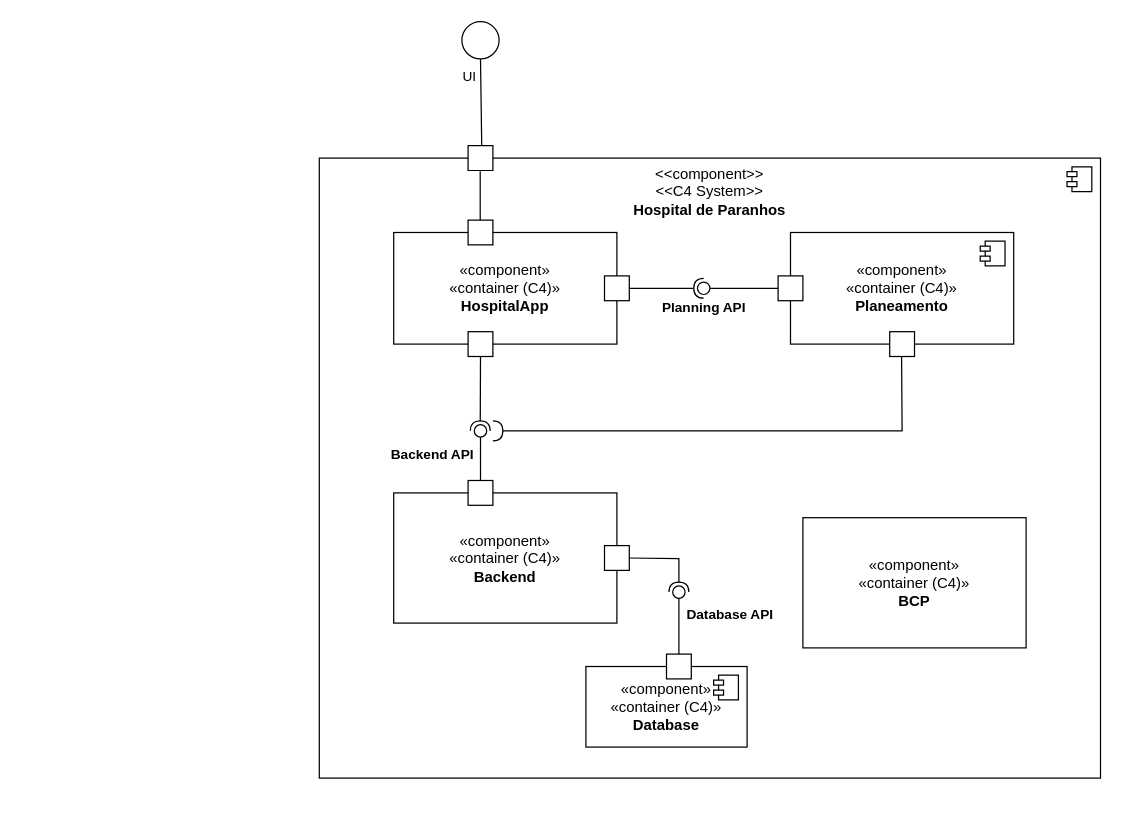
This is docs/geral/views/level-2/implementation/vista_implementacao.drawio from andredsferreira/p5sem-3dj-g59, a draw.io file, before an edit. Source tidied: cells renumbered, new cells numbered last; positions are measured from the earlier drawing's top-left corner, leaving out a move shared by most shapes. Both pictures are drawn from the tidied source at 124%, with x=0, y=0 at pixel (319, 21).
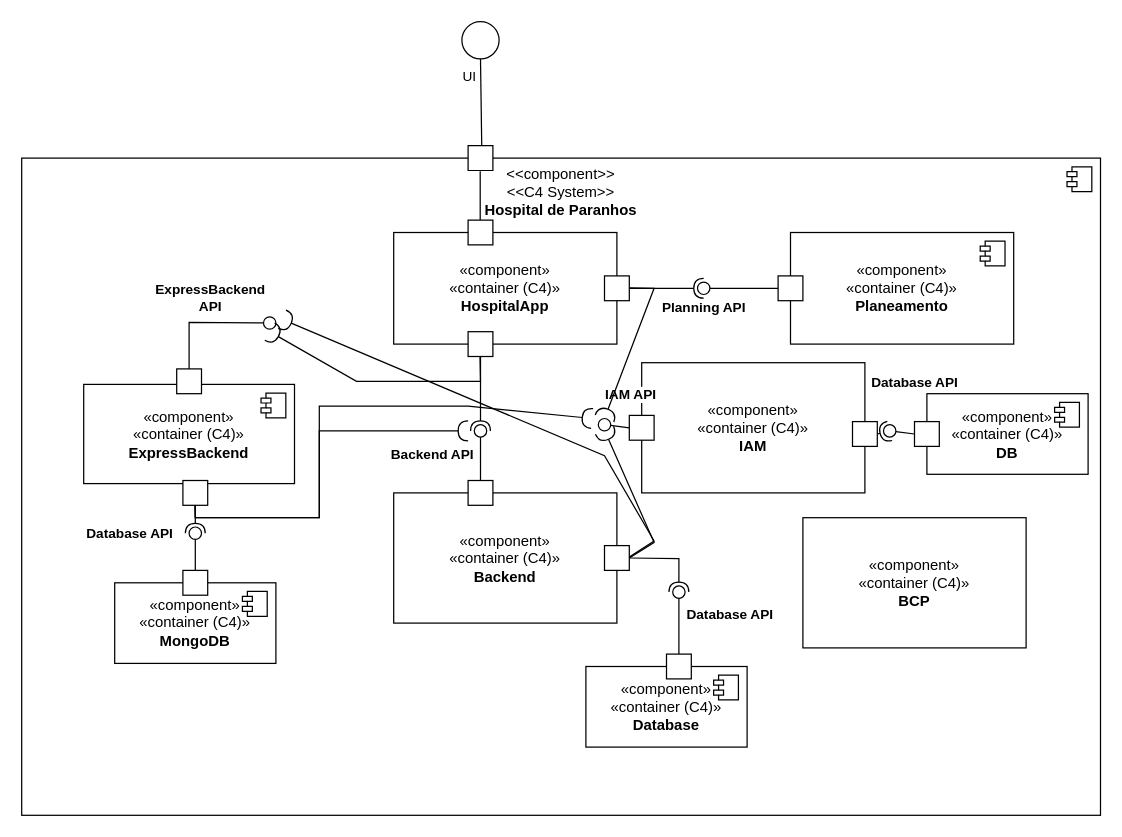
The same diagram, later.

Unchanged cells that the change refers to:
```xml
<mxCell id="21" style="rounded=0;whiteSpace=wrap;html=1;" parent="1" vertex="1">
  <mxGeometry x="120" y="250" width="20" height="20" as="geometry" />
</mxCell>
<mxCell id="31" style="rounded=0;whiteSpace=wrap;html=1;" parent="1" vertex="1">
  <mxGeometry x="230" y="422.5" width="20" height="20" as="geometry" />
</mxCell>
```

Diff of the diagram source:
```diff
@@
-    <mxCell id="2" value="&amp;lt;&amp;lt;component&amp;gt;&amp;gt;&lt;div&gt;&amp;lt;&amp;lt;C4 System&amp;gt;&amp;gt;&lt;br&gt;&lt;b&gt;Hospital de Paranhos&lt;/b&gt;&lt;/div&gt;&lt;div&gt;&lt;b&gt;&lt;br&gt;&lt;/b&gt;&lt;/div&gt;&lt;div&gt;&lt;b&gt;&lt;br&gt;&lt;/b&gt;&lt;/div&gt;&lt;div&gt;&lt;b&gt;&lt;br&gt;&lt;/b&gt;&lt;/div&gt;&lt;div&gt;&lt;b&gt;&lt;br&gt;&lt;/b&gt;&lt;/div&gt;&lt;div&gt;&lt;b&gt;&lt;br&gt;&lt;/b&gt;&lt;/div&gt;&lt;div&gt;&lt;b&gt;&lt;br&gt;&lt;/b&gt;&lt;/div&gt;&lt;div&gt;&lt;b&gt;&lt;br&gt;&lt;/b&gt;&lt;/div&gt;&lt;div&gt;&lt;b&gt;&lt;br&gt;&lt;/b&gt;&lt;/div&gt;&lt;div&gt;&lt;b&gt;&lt;br&gt;&lt;/b&gt;&lt;/div&gt;&lt;div&gt;&lt;b&gt;&lt;br&gt;&lt;/b&gt;&lt;/div&gt;&lt;div&gt;&lt;b&gt;&lt;br&gt;&lt;/b&gt;&lt;/div&gt;&lt;div&gt;&lt;b&gt;&lt;br&gt;&lt;/b&gt;&lt;/div&gt;&lt;div&gt;&lt;b&gt;&lt;br&gt;&lt;/b&gt;&lt;/div&gt;&lt;div&gt;&lt;b&gt;&lt;br&gt;&lt;/b&gt;&lt;/div&gt;&lt;div&gt;&lt;b&gt;&lt;br&gt;&lt;/b&gt;&lt;/div&gt;&lt;div&gt;&lt;b&gt;&lt;br&gt;&lt;/b&gt;&lt;/div&gt;&lt;div&gt;&lt;b&gt;&lt;br&gt;&lt;/b&gt;&lt;/div&gt;&lt;div&gt;&lt;b&gt;&lt;br&gt;&lt;/b&gt;&lt;/div&gt;&lt;div&gt;&lt;b&gt;&lt;br&gt;&lt;/b&gt;&lt;/div&gt;&lt;div&gt;&lt;b&gt;&lt;br&gt;&lt;/b&gt;&lt;/div&gt;&lt;div&gt;&lt;b&gt;&lt;br&gt;&lt;/b&gt;&lt;/div&gt;&lt;div&gt;&lt;b&gt;&lt;br&gt;&lt;/b&gt;&lt;/div&gt;&lt;div&gt;&lt;b&gt;&lt;br&gt;&lt;/b&gt;&lt;/div&gt;&lt;div&gt;&lt;b&gt;&lt;br&gt;&lt;/b&gt;&lt;/div&gt;&lt;div&gt;&lt;b&gt;&lt;br&gt;&lt;/b&gt;&lt;/div&gt;&lt;div&gt;&lt;b&gt;&lt;br&gt;&lt;/b&gt;&lt;/div&gt;&lt;div&gt;&lt;b&gt;&lt;br&gt;&lt;/b&gt;&lt;/div&gt;&lt;div&gt;&lt;b&gt;&lt;br&gt;&lt;/b&gt;&lt;/div&gt;&lt;div&gt;&lt;b&gt;&lt;br&gt;&lt;/b&gt;&lt;/div&gt;&lt;div&gt;&lt;b&gt;&lt;br&gt;&lt;/b&gt;&lt;/div&gt;&lt;div&gt;&lt;br&gt;&lt;/div&gt;" style="html=1;whiteSpace=wrap;" parent="1" vertex="1">
-      <mxGeometry y="110" width="630" height="500" as="geometry" />
+    <mxCell id="2" value="&amp;lt;&amp;lt;component&amp;gt;&amp;gt;&lt;div&gt;&amp;lt;&amp;lt;C4 System&amp;gt;&amp;gt;&lt;br&gt;&lt;b&gt;Hospital de Paranhos&lt;/b&gt;&lt;/div&gt;&lt;div&gt;&lt;b&gt;&lt;br&gt;&lt;/b&gt;&lt;/div&gt;&lt;div&gt;&lt;b&gt;&lt;br&gt;&lt;/b&gt;&lt;/div&gt;&lt;div&gt;&lt;b&gt;&lt;br&gt;&lt;/b&gt;&lt;/div&gt;&lt;div&gt;&lt;b&gt;&lt;br&gt;&lt;/b&gt;&lt;/div&gt;&lt;div&gt;&lt;b&gt;&lt;br&gt;&lt;/b&gt;&lt;/div&gt;&lt;div&gt;&lt;b&gt;&lt;br&gt;&lt;/b&gt;&lt;/div&gt;&lt;div&gt;&lt;b&gt;&lt;br&gt;&lt;/b&gt;&lt;/div&gt;&lt;div&gt;&lt;b&gt;&lt;br&gt;&lt;/b&gt;&lt;/div&gt;&lt;div&gt;&lt;b&gt;&lt;br&gt;&lt;/b&gt;&lt;/div&gt;&lt;div&gt;&lt;b&gt;&lt;br&gt;&lt;/b&gt;&lt;/div&gt;&lt;div&gt;&lt;b&gt;&lt;br&gt;&lt;/b&gt;&lt;/div&gt;&lt;div&gt;&lt;b&gt;&lt;br&gt;&lt;/b&gt;&lt;/div&gt;&lt;div&gt;&lt;b&gt;&lt;br&gt;&lt;/b&gt;&lt;/div&gt;&lt;div&gt;&lt;b&gt;&lt;br&gt;&lt;/b&gt;&lt;/div&gt;&lt;div&gt;&lt;b&gt;&lt;br&gt;&lt;/b&gt;&lt;/div&gt;&lt;div&gt;&lt;b&gt;&lt;br&gt;&lt;/b&gt;&lt;/div&gt;&lt;div&gt;&lt;b&gt;&lt;br&gt;&lt;/b&gt;&lt;/div&gt;&lt;div&gt;&lt;b&gt;&lt;br&gt;&lt;/b&gt;&lt;/div&gt;&lt;div&gt;&lt;b&gt;&lt;br&gt;&lt;/b&gt;&lt;/div&gt;&lt;div&gt;&lt;b&gt;&lt;br&gt;&lt;/b&gt;&lt;/div&gt;&lt;div&gt;&lt;b&gt;&lt;br&gt;&lt;/b&gt;&lt;/div&gt;&lt;div&gt;&lt;b&gt;&lt;br&gt;&lt;/b&gt;&lt;/div&gt;&lt;div&gt;&lt;b&gt;&lt;br&gt;&lt;/b&gt;&lt;/div&gt;&lt;div&gt;&lt;b&gt;&lt;br&gt;&lt;/b&gt;&lt;/div&gt;&lt;div&gt;&lt;b&gt;&lt;br&gt;&lt;/b&gt;&lt;/div&gt;&lt;div&gt;&lt;b&gt;&lt;br&gt;&lt;/b&gt;&lt;/div&gt;&lt;div&gt;&lt;b&gt;&lt;br&gt;&lt;/b&gt;&lt;/div&gt;&lt;div&gt;&lt;b&gt;&lt;br&gt;&lt;/b&gt;&lt;/div&gt;&lt;div&gt;&lt;b&gt;&lt;br&gt;&lt;/b&gt;&lt;/div&gt;&lt;div&gt;&lt;b&gt;&lt;br&gt;&lt;/b&gt;&lt;/div&gt;&lt;div&gt;&lt;br&gt;&lt;/div&gt;&lt;div&gt;&lt;br&gt;&lt;/div&gt;&lt;div&gt;&lt;br&gt;&lt;/div&gt;" style="html=1;whiteSpace=wrap;" parent="1" vertex="1">
+      <mxGeometry x="-240" y="110" width="870" height="530" as="geometry" />
     </mxCell>
@@
-    <mxCell id="16" style="rounded=0;jettySize=auto;html=1;endArrow=halfCircle;endFill=0;endSize=6;strokeWidth=1;sketch=0;exitX=0.5;exitY=1;exitDx=0;exitDy=0;entryX=0.206;entryY=0.44;entryDx=0;entryDy=0;entryPerimeter=0;" parent="1" edge="1" source="21" target="2">
-      <mxGeometry relative="1" as="geometry" />
+    <mxCell id="16" style="rounded=0;jettySize=auto;html=1;endArrow=halfCircle;endFill=0;endSize=6;strokeWidth=1;sketch=0;exitX=0.5;exitY=1;exitDx=0;exitDy=0;" parent="1" edge="1" source="21">
+      <mxGeometry relative="1" as="geometry">
+        <mxPoint x="130" y="330" as="targetPoint" />
+      </mxGeometry>
     </mxCell>
@@
-    <mxCell id="24" style="rounded=0;whiteSpace=wrap;html=1;" parent="1" vertex="1">
-      <mxGeometry x="460" y="250" width="20" height="20" as="geometry" />
-    </mxCell>
-    <mxCell id="25" style="rounded=0;orthogonalLoop=1;jettySize=auto;html=1;endArrow=halfCircle;endFill=0;endSize=6;strokeWidth=1;sketch=0;exitX=0.5;exitY=1;exitDx=0;exitDy=0;" parent="1" edge="1">
-      <mxGeometry relative="1" as="geometry">
-        <mxPoint x="469.6" y="270" as="sourcePoint" />
-        <mxPoint x="140" y="330" as="targetPoint" />
-        <Array as="points">
-          <mxPoint x="470" y="330" />
-        </Array>
-      </mxGeometry>
-    </mxCell>
@@
+    <mxCell id="36" value="«component»&lt;div&gt;«container (C4)»&lt;br&gt;&lt;b&gt;ExpressBackend&lt;/b&gt;&lt;/div&gt;" style="html=1;whiteSpace=wrap;" parent="1" vertex="1">
+      <mxGeometry x="-190" y="292.5" width="170" height="80" as="geometry" />
+    </mxCell>
+    <mxCell id="37" style="shape=module;jettyWidth=8;jettyHeight=4;" parent="36" vertex="1">
+      <mxGeometry x="1" width="20" height="20" relative="1" as="geometry">
+        <mxPoint x="-27" y="7" as="offset" />
+      </mxGeometry>
+    </mxCell>
+    <mxCell id="38" value="«component»&lt;div&gt;«container (C4)»&lt;br&gt;&lt;b&gt;MongoDB&lt;/b&gt;&lt;/div&gt;" style="html=1;whiteSpace=wrap;" parent="1" vertex="1">
+      <mxGeometry x="-165" y="452.5" width="130" height="65" as="geometry" />
+    </mxCell>
+    <mxCell id="39" style="shape=module;jettyWidth=8;jettyHeight=4;" parent="38" vertex="1">
+      <mxGeometry x="1" width="20" height="20" relative="1" as="geometry">
+        <mxPoint x="-27" y="7" as="offset" />
+      </mxGeometry>
+    </mxCell>
+    <mxCell id="40" style="rounded=0;whiteSpace=wrap;html=1;" parent="1" vertex="1">
+      <mxGeometry x="-110" y="442.5" width="20" height="20" as="geometry" />
+    </mxCell>
+    <mxCell id="41" style="rounded=0;orthogonalLoop=1;jettySize=auto;html=1;endArrow=halfCircle;endFill=0;endSize=6;strokeWidth=1;sketch=0;exitX=0.5;exitY=1;exitDx=0;exitDy=0;" parent="1" edge="1">
+      <mxGeometry relative="1" as="geometry">
+        <mxPoint x="-100" y="382.5" as="sourcePoint" />
+        <mxPoint x="-100" y="412.5" as="targetPoint" />
+      </mxGeometry>
+    </mxCell>
+    <mxCell id="42" style="rounded=0;jettySize=auto;html=1;endArrow=oval;endFill=0;sketch=0;sourcePerimeterSpacing=0;targetPerimeterSpacing=0;endSize=10;exitX=0.5;exitY=0;exitDx=0;exitDy=0;" parent="1" edge="1" source="40">
+      <mxGeometry relative="1" as="geometry">
+        <mxPoint x="-100" y="412.5" as="targetPoint" />
+      </mxGeometry>
+    </mxCell>
+    <mxCell id="43" value="&lt;b&gt;Database API&lt;/b&gt;" style="edgeLabel;html=1;align=center;verticalAlign=middle;" parent="42" vertex="1">
+      <mxGeometry x="0.75" relative="1" as="geometry">
+        <mxPoint x="-54" y="-4" as="offset" />
+      </mxGeometry>
+    </mxCell>
+    <mxCell id="44" style="rounded=0;orthogonalLoop=1;jettySize=auto;html=1;endArrow=oval;endFill=0;sketch=0;sourcePerimeterSpacing=0;targetPerimeterSpacing=0;endSize=10;exitX=0.5;exitY=0;exitDx=0;exitDy=0;" parent="1" edge="1">
+      <mxGeometry relative="1" as="geometry">
+        <mxPoint x="-105" y="282.5" as="sourcePoint" />
+        <mxPoint x="-40" y="243" as="targetPoint" />
+        <Array as="points">
+          <mxPoint x="-105" y="242.5" />
+        </Array>
+      </mxGeometry>
+    </mxCell>
+    <mxCell id="45" value="&lt;b&gt;ExpressBackend&lt;/b&gt;&lt;div&gt;&lt;b&gt;API&lt;/b&gt;&lt;/div&gt;" style="edgeLabel;html=1;align=center;verticalAlign=middle;" parent="44" vertex="1">
+      <mxGeometry x="0.75" relative="1" as="geometry">
+        <mxPoint x="-35" y="-20" as="offset" />
+      </mxGeometry>
+    </mxCell>
+    <mxCell id="46" style="rounded=0;whiteSpace=wrap;html=1;" parent="1" vertex="1">
+      <mxGeometry x="-110" y="370" width="20" height="20" as="geometry" />
+    </mxCell>
+    <mxCell id="47" style="rounded=0;whiteSpace=wrap;html=1;" parent="1" vertex="1">
+      <mxGeometry x="-115" y="280" width="20" height="20" as="geometry" />
+    </mxCell>
+    <mxCell id="48" style="rounded=0;orthogonalLoop=1;jettySize=auto;html=1;endArrow=halfCircle;endFill=0;endSize=6;strokeWidth=1;sketch=0;exitX=0.5;exitY=1;exitDx=0;exitDy=0;" parent="1" edge="1">
+      <mxGeometry relative="1" as="geometry">
+        <mxPoint x="129.6" y="270" as="sourcePoint" />
+        <mxPoint x="-40" y="250" as="targetPoint" />
+        <Array as="points">
+          <mxPoint x="130" y="290" />
+          <mxPoint x="30" y="290" />
+        </Array>
+      </mxGeometry>
+    </mxCell>
+    <mxCell id="49" style="rounded=0;orthogonalLoop=1;jettySize=auto;html=1;endArrow=halfCircle;endFill=0;endSize=6;strokeWidth=1;sketch=0;exitX=0.5;exitY=1;exitDx=0;exitDy=0;" parent="1" edge="1">
+      <mxGeometry relative="1" as="geometry">
+        <mxPoint x="-100.2" y="390" as="sourcePoint" />
+        <mxPoint x="120" y="330" as="targetPoint" />
+        <Array as="points">
+          <mxPoint x="-100" y="400" />
+          <mxPoint y="400" />
+          <mxPoint y="330" />
+        </Array>
+      </mxGeometry>
+    </mxCell>
+    <mxCell id="50" value="«component»&lt;br&gt;«container (C4)»&lt;div&gt;&lt;b&gt;IAM&lt;/b&gt;&lt;/div&gt;" style="rounded=0;whiteSpace=wrap;html=1;" parent="1" vertex="1">
+      <mxGeometry x="260" y="275" width="180" height="105" as="geometry" />
+    </mxCell>
+    <mxCell id="51" value="«component»&lt;div&gt;«container (C4)»&lt;br&gt;&lt;b&gt;DB&lt;/b&gt;&lt;/div&gt;" style="html=1;whiteSpace=wrap;" parent="1" vertex="1">
+      <mxGeometry x="490" y="300" width="130" height="65" as="geometry" />
+    </mxCell>
+    <mxCell id="52" style="shape=module;jettyWidth=8;jettyHeight=4;" parent="51" vertex="1">
+      <mxGeometry x="1" width="20" height="20" relative="1" as="geometry">
+        <mxPoint x="-27" y="7" as="offset" />
+      </mxGeometry>
+    </mxCell>
+    <mxCell id="53" style="rounded=0;whiteSpace=wrap;html=1;" parent="1" vertex="1">
+      <mxGeometry x="480" y="322.5" width="20" height="20" as="geometry" />
+    </mxCell>
+    <mxCell id="54" style="rounded=0;jettySize=auto;html=1;endArrow=halfCircle;endFill=0;endSize=6;strokeWidth=1;sketch=0;exitX=1;exitY=0.5;exitDx=0;exitDy=0;" parent="1" edge="1" source="57">
+      <mxGeometry relative="1" as="geometry">
+        <mxPoint x="460" y="330" as="targetPoint" />
+      </mxGeometry>
+    </mxCell>
+    <mxCell id="55" style="rounded=0;jettySize=auto;html=1;endArrow=oval;endFill=0;sketch=0;sourcePerimeterSpacing=0;targetPerimeterSpacing=0;endSize=10;exitX=0;exitY=0.5;exitDx=0;exitDy=0;" parent="1" edge="1" source="53">
+      <mxGeometry relative="1" as="geometry">
+        <mxPoint x="460" y="330" as="targetPoint" />
+      </mxGeometry>
+    </mxCell>
+    <mxCell id="56" value="&lt;b&gt;Database API&lt;/b&gt;" style="edgeLabel;html=1;align=center;verticalAlign=middle;" parent="55" vertex="1">
+      <mxGeometry x="0.75" relative="1" as="geometry">
+        <mxPoint x="17" y="-40" as="offset" />
+      </mxGeometry>
+    </mxCell>
+    <mxCell id="57" style="rounded=0;whiteSpace=wrap;html=1;" parent="1" vertex="1">
+      <mxGeometry x="430" y="322.5" width="20" height="20" as="geometry" />
+    </mxCell>
+    <mxCell id="58" style="rounded=0;whiteSpace=wrap;html=1;" parent="1" vertex="1">
+      <mxGeometry x="250" y="317.5" width="20" height="20" as="geometry" />
+    </mxCell>
+    <mxCell id="59" style="rounded=0;jettySize=auto;html=1;endArrow=oval;endFill=0;sketch=0;sourcePerimeterSpacing=0;targetPerimeterSpacing=0;endSize=10;exitX=0;exitY=0.5;exitDx=0;exitDy=0;" parent="1" edge="1" source="58">
+      <mxGeometry relative="1" as="geometry">
+        <mxPoint x="230" y="325" as="targetPoint" />
+      </mxGeometry>
+    </mxCell>
+    <mxCell id="60" value="&lt;b&gt;IAM API&lt;/b&gt;" style="edgeLabel;html=1;align=center;verticalAlign=middle;" parent="59" vertex="1">
+      <mxGeometry x="0.75" relative="1" as="geometry">
+        <mxPoint x="18" y="-25" as="offset" />
+      </mxGeometry>
+    </mxCell>
+    <mxCell id="61" style="rounded=0;orthogonalLoop=1;jettySize=auto;html=1;endArrow=halfCircle;endFill=0;endSize=6;strokeWidth=1;sketch=0;exitX=0.5;exitY=1;exitDx=0;exitDy=0;" parent="1" edge="1">
+      <mxGeometry relative="1" as="geometry">
+        <mxPoint x="-100.2" y="390" as="sourcePoint" />
+        <mxPoint x="220" y="320" as="targetPoint" />
+        <Array as="points">
+          <mxPoint x="-100" y="400" />
+          <mxPoint y="400" />
+          <mxPoint y="310" />
+          <mxPoint x="120" y="310" />
+        </Array>
+      </mxGeometry>
+    </mxCell>
+    <mxCell id="62" style="rounded=0;jettySize=auto;html=1;endArrow=halfCircle;endFill=0;endSize=6;strokeWidth=1;sketch=0;exitX=1;exitY=0.5;exitDx=0;exitDy=0;" parent="1" edge="1" source="31">
+      <mxGeometry relative="1" as="geometry">
+        <mxPoint x="230" y="329.4" as="targetPoint" />
+        <Array as="points">
+          <mxPoint x="270" y="420" />
+        </Array>
+      </mxGeometry>
+    </mxCell>
+    <mxCell id="63" style="rounded=0;orthogonalLoop=1;jettySize=auto;html=1;endArrow=halfCircle;endFill=0;endSize=6;strokeWidth=1;sketch=0;exitX=1;exitY=0.5;exitDx=0;exitDy=0;" parent="1" edge="1">
+      <mxGeometry relative="1" as="geometry">
+        <mxPoint x="250" y="214.7" as="sourcePoint" />
+        <mxPoint x="230" y="320" as="targetPoint" />
+        <Array as="points">
+          <mxPoint x="270" y="215" />
+        </Array>
+      </mxGeometry>
+    </mxCell>
+    <mxCell id="64" style="rounded=0;orthogonalLoop=1;jettySize=auto;html=1;endArrow=halfCircle;endFill=0;endSize=6;strokeWidth=1;sketch=0;exitX=1;exitY=0.5;exitDx=0;exitDy=0;" parent="1" edge="1">
+      <mxGeometry relative="1" as="geometry">
+        <mxPoint x="250" y="431.8" as="sourcePoint" />
+        <mxPoint x="-30" y="240" as="targetPoint" />
+        <Array as="points">
+          <mxPoint x="270" y="418.8" />
+          <mxPoint x="230" y="350" />
+        </Array>
+      </mxGeometry>
+    </mxCell>
```
